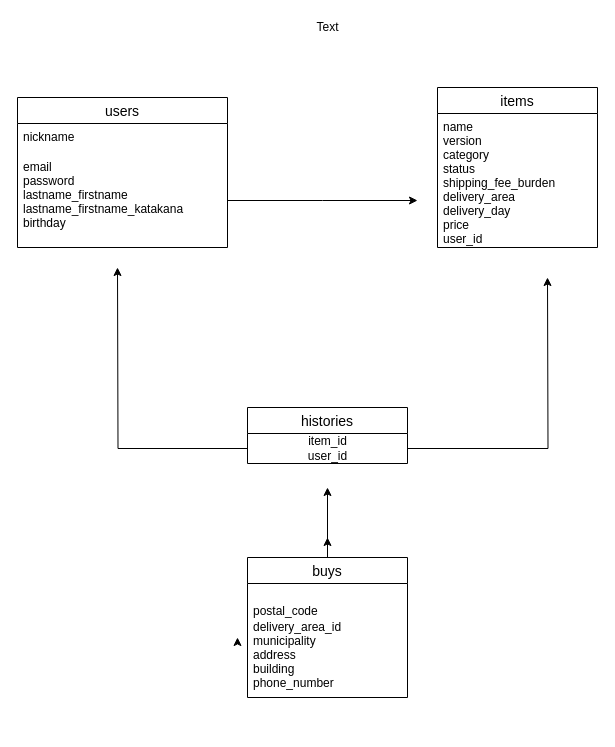
yukiukisato/furima-34777 keeps this draw.io diagram as furima.dio. Above is the earlier version. Source tidied: cells renumbered, new cells numbered last; positions are measured from the earlier drawing's top-left corner, leaving out a move shared by most shapes. Both pictures are drawn from the tidied source at 100%, with x=0, y=0 at pixel (17, 17).
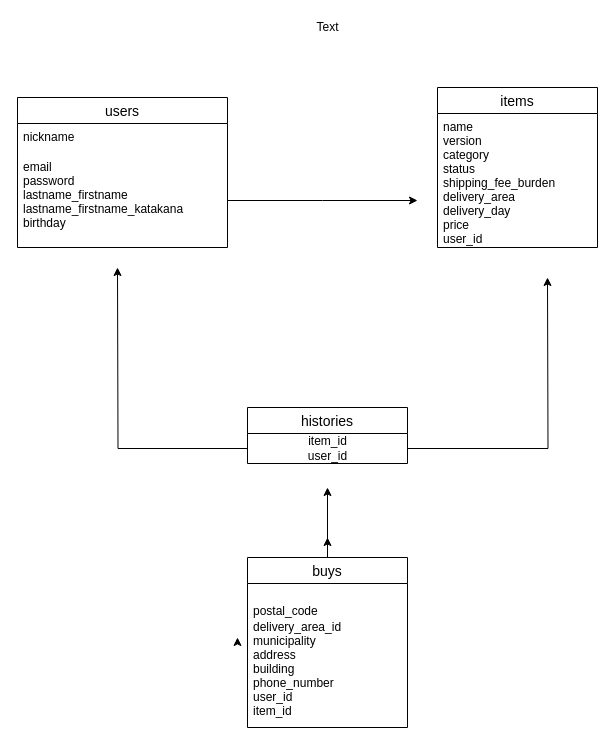
The same page after the edit.

The edit, as a diff of the source:
```diff
@@
     <mxCell id="9" value="buys" style="swimlane;fontStyle=0;horizontal=1;startSize=26;align=center;fontSize=14;" parent="1" vertex="1">
-      <mxGeometry x="230" y="540" width="160" height="140" as="geometry" />
+      <mxGeometry x="230" y="540" width="160" height="170" as="geometry" />
     </mxCell>
@@
-    <mxCell id="11" value="delivery_area_id &#10;municipality&#10;address&#10;building&#10;phone_number" style="text;strokeColor=none;fillColor=none;spacingLeft=4;spacingRight=4;overflow=hidden;fontSize=12;" parent="9" vertex="1">
-      <mxGeometry y="56" width="160" height="84" as="geometry" />
+    <mxCell id="11" value="delivery_area_id &#10;municipality&#10;address&#10;building&#10;phone_number&#10;user_id&#10;item_id" style="text;strokeColor=none;fillColor=none;spacingLeft=4;spacingRight=4;overflow=hidden;fontSize=12;" parent="9" vertex="1">
+      <mxGeometry y="56" width="160" height="114" as="geometry" />
     </mxCell>
```
